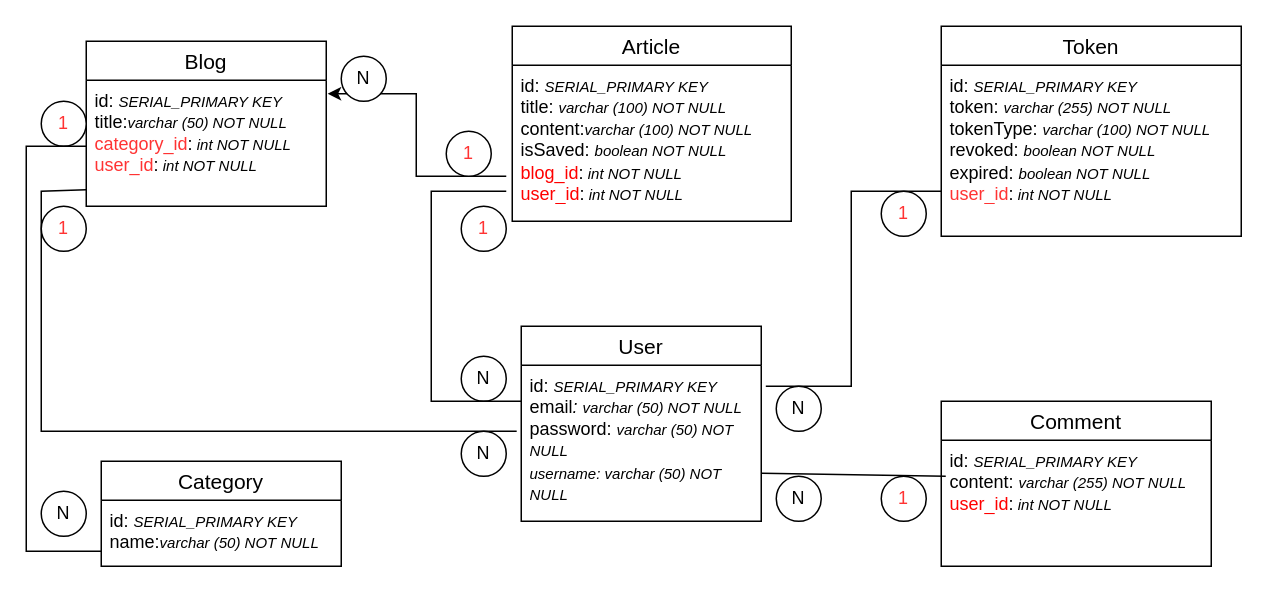
This is page "MPD" (2 of 8) of Diagramme sans nom.drawio from Ali0908/BDD_UML, a draw.io file, before an edit. Source tidied: cells renumbered, new cells numbered last; positions are measured from the earlier drawing's top-left corner, leaving out a move shared by most shapes. Both pictures are drawn from the tidied source at 150%, with x=0, y=0 at pixel (26, 26).
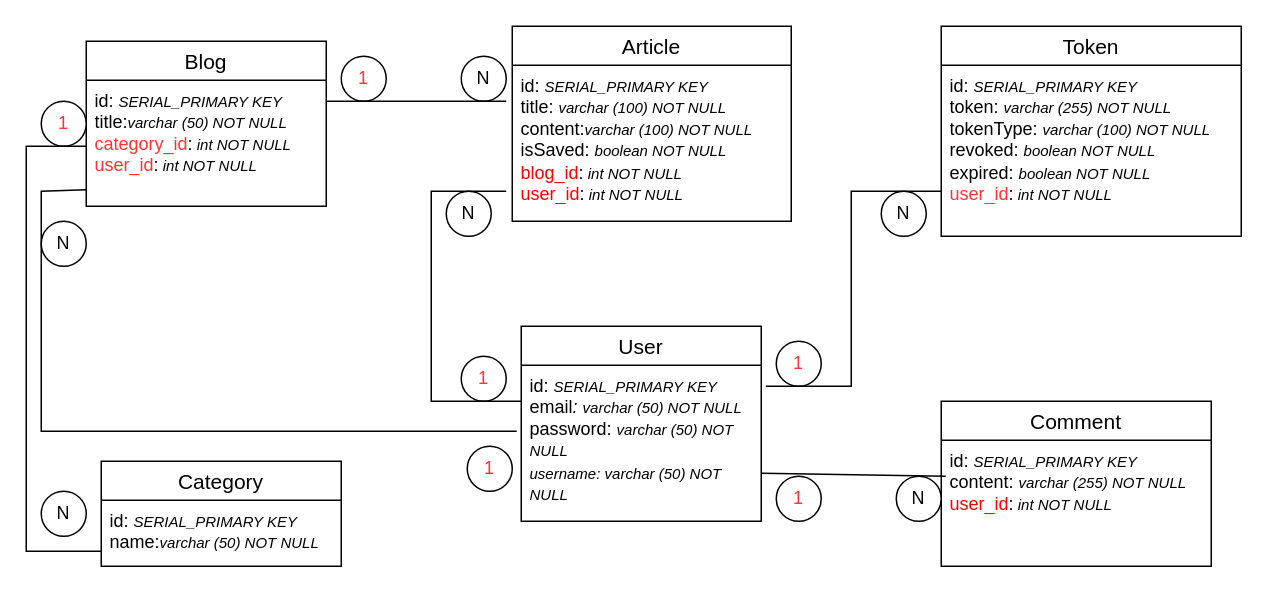
The same diagram, later.

The change refers to these unchanged cells:
```xml
<mxCell id="5" value="&lt;div&gt;id: &lt;font style=&quot;font-size: 10px;&quot;&gt;&lt;i&gt;SERIAL_PRIMARY KEY&lt;/i&gt;&lt;/font&gt;&lt;/div&gt;&lt;div&gt;title:&lt;i&gt;&lt;/i&gt;&lt;font style=&quot;font-size: 10px;&quot;&gt;&lt;i&gt;varchar (50) NOT NULL&lt;/i&gt;&lt;/font&gt;&lt;/div&gt;&lt;div&gt;&lt;font color=&quot;#ff3333&quot;&gt;category_id&lt;/font&gt;:&lt;font style=&quot;font-size: 10px;&quot;&gt;&lt;i&gt; int NOT NULL&lt;/i&gt;&lt;/font&gt;&lt;/div&gt;&lt;div&gt;&lt;font color=&quot;#ff3333&quot;&gt;user_id&lt;/font&gt;:&lt;font style=&quot;font-size: 10px;&quot;&gt;&lt;i&gt; int NOT NULL&lt;/i&gt;&lt;/font&gt;&lt;/div&gt;" style="text;strokeColor=none;fillColor=none;spacingLeft=4;spacingRight=4;overflow=hidden;points=[[0,0.5],[1,0.5]];portConstraint=eastwest;fontSize=12;whiteSpace=wrap;html=1;" parent="4" vertex="1">
  <mxGeometry y="26" width="160" height="84" as="geometry" />
</mxCell>
```

Diff of the diagram source:
```diff
@@
     <mxCell id="10" value="&lt;font color=&quot;#ff3333&quot;&gt;1&lt;/font&gt;" style="ellipse;whiteSpace=wrap;html=1;" parent="1" vertex="1">
-      <mxGeometry x="290" y="120" width="30" height="30" as="geometry" />
+      <mxGeometry x="290" y="220" width="30" height="30" as="geometry" />
     </mxCell>
     <mxCell id="11" value="N" style="ellipse;whiteSpace=wrap;html=1;" parent="1" vertex="1">
-      <mxGeometry x="500" y="300" width="30" height="30" as="geometry" />
+      <mxGeometry x="580" y="300" width="30" height="30" as="geometry" />
     </mxCell>
-    <mxCell id="12" style="edgeStyle=orthogonalEdgeStyle;rounded=0;jettySize=auto;html=1;entryX=1.006;entryY=0.107;entryDx=0;entryDy=0;entryPerimeter=0;elbow=vertical;" parent="1" edge="1" target="5">
-      <mxGeometry relative="1" as="geometry">
-        <mxPoint x="320" y="100" as="sourcePoint" />
-        <Array as="points">
-          <mxPoint x="260" y="100" />
-          <mxPoint x="260" y="45" />
-        </Array>
-      </mxGeometry>
-    </mxCell>
     <mxCell id="13" value="&lt;font color=&quot;#ff3333&quot;&gt;1&lt;/font&gt;" style="ellipse;whiteSpace=wrap;html=1;" parent="1" vertex="1">
-      <mxGeometry x="280" y="70" width="30" height="30" as="geometry" />
+      <mxGeometry x="210" y="20" width="30" height="30" as="geometry" />
     </mxCell>
     <mxCell id="14" value="N" style="ellipse;whiteSpace=wrap;html=1;" parent="1" vertex="1">
-      <mxGeometry x="210" y="20" width="30" height="30" as="geometry" />
+      <mxGeometry x="290" y="20" width="30" height="30" as="geometry" />
     </mxCell>
     <mxCell id="15" value="N" style="ellipse;whiteSpace=wrap;html=1;" parent="1" vertex="1">
-      <mxGeometry x="290" y="220" width="30" height="30" as="geometry" />
+      <mxGeometry x="280" y="110" width="30" height="30" as="geometry" />
     </mxCell>
     <mxCell id="16" value="&lt;font color=&quot;#ff3333&quot;&gt;1&lt;/font&gt;" style="ellipse;whiteSpace=wrap;html=1;" parent="1" vertex="1">
-      <mxGeometry x="570" y="110" width="30" height="30" as="geometry" />
+      <mxGeometry x="500" y="210" width="30" height="30" as="geometry" />
     </mxCell>
     <mxCell id="17" value="&lt;font color=&quot;#ff3333&quot;&gt;1&lt;/font&gt;" style="ellipse;whiteSpace=wrap;html=1;" parent="1" vertex="1">
-      <mxGeometry x="570" y="300" width="30" height="30" as="geometry" />
+      <mxGeometry x="500" y="300" width="30" height="30" as="geometry" />
     </mxCell>
     <mxCell id="18" value="N" style="ellipse;whiteSpace=wrap;html=1;" parent="1" vertex="1">
-      <mxGeometry x="500" y="240" width="30" height="30" as="geometry" />
+      <mxGeometry x="570" y="110" width="30" height="30" as="geometry" />
     </mxCell>
@@
     <mxCell id="20" value="&lt;font color=&quot;#ff3333&quot;&gt;1&lt;/font&gt;" style="ellipse;whiteSpace=wrap;html=1;" parent="1" vertex="1">
-      <mxGeometry x="10" y="120" width="30" height="30" as="geometry" />
+      <mxGeometry x="294" y="280" width="30" height="30" as="geometry" />
     </mxCell>
@@
     <mxCell id="29" value="N" style="ellipse;whiteSpace=wrap;html=1;" parent="1" vertex="1">
-      <mxGeometry x="290" y="270" width="30" height="30" as="geometry" />
+      <mxGeometry x="10" y="130" width="30" height="30" as="geometry" />
     </mxCell>
@@
+    <mxCell id="32" style="endArrow=none;html=1;rounded=0;" parent="1" edge="1">
+      <mxGeometry relative="1" as="geometry">
+        <mxPoint x="200" y="50" as="sourcePoint" />
+        <mxPoint x="320" y="50" as="targetPoint" />
+      </mxGeometry>
+    </mxCell>
```
